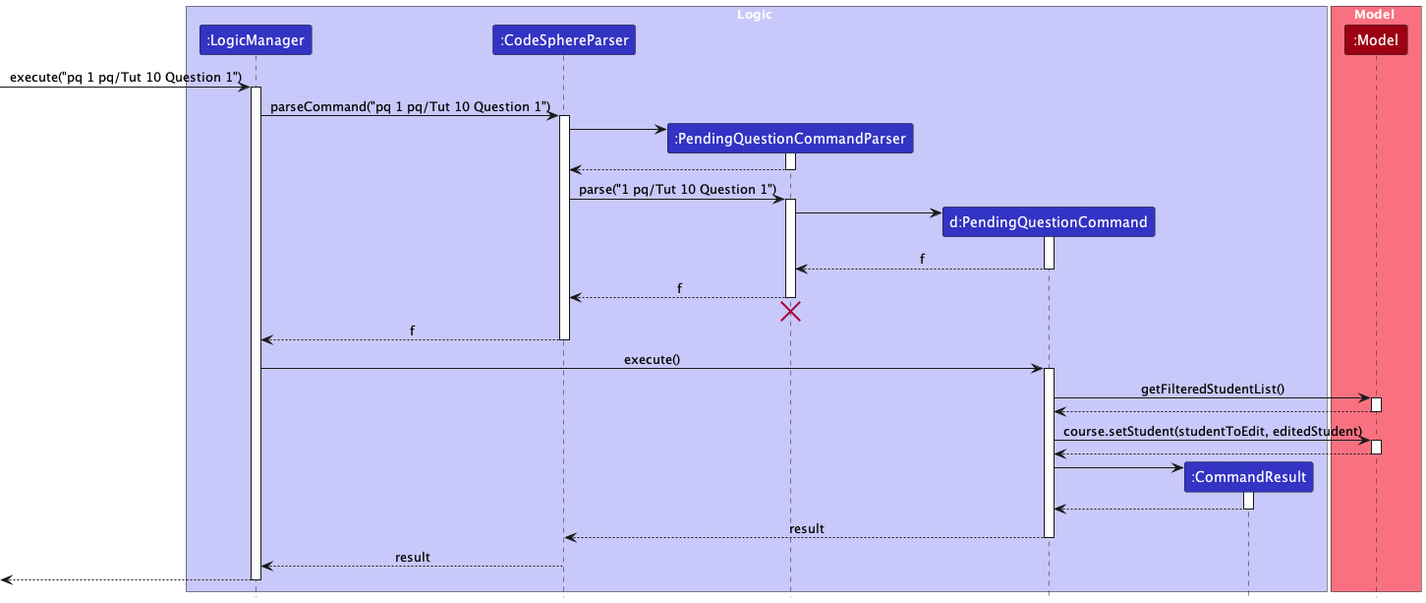
tiongjjyi/tp keeps this PlantUML diagram as docs/images/PendingQuestionSequenceDiagram.png. Above is the earlier version.
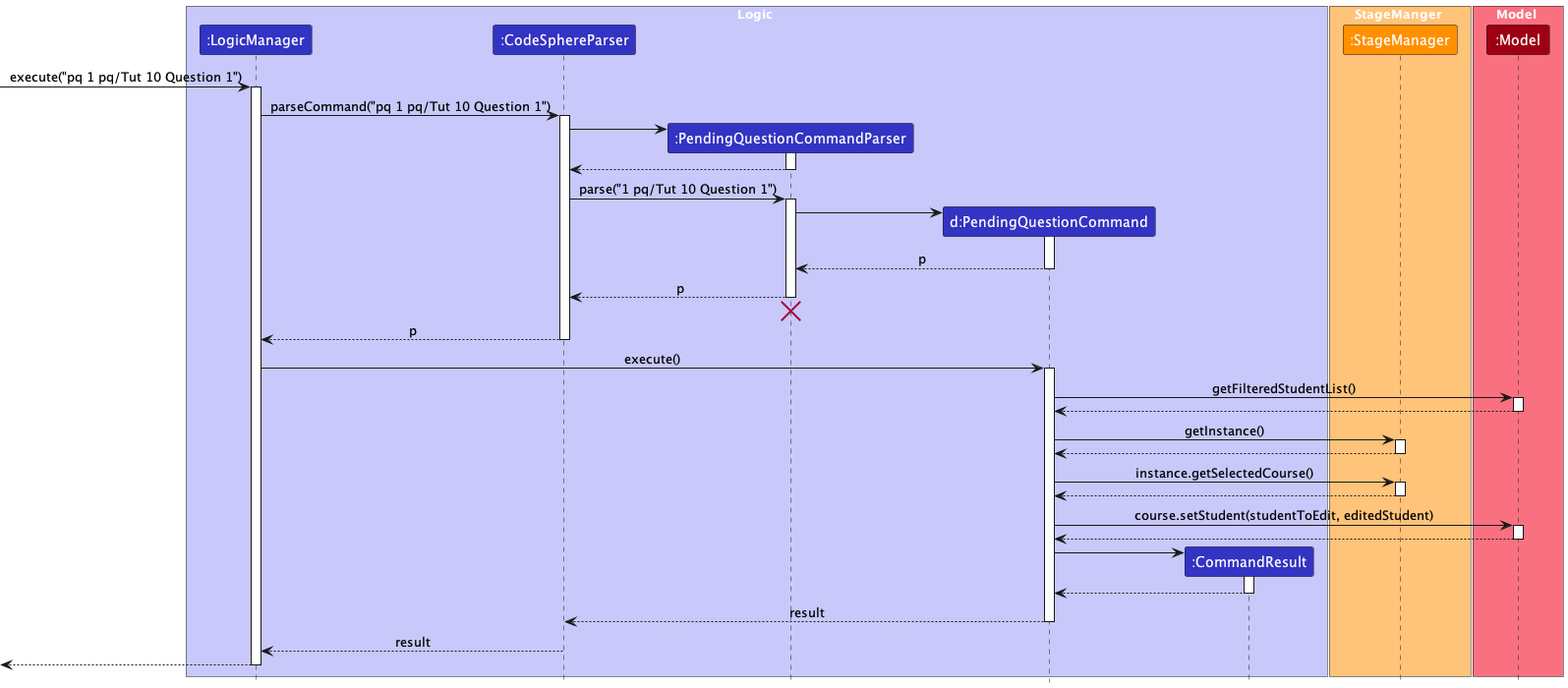
Above is the later version.

Commit message:
Edit pq sequence diagram

Change to the diagram source:
```diff
@@ -8,6 +8,10 @@
 participant ":PendingQuestionCommandParser" as PendingQuestionCommandParser LOGIC_COLOR
 participant "d:PendingQuestionCommand" as PendingQuestionCommand LOGIC_COLOR
 participant ":CommandResult" as CommandResult LOGIC_COLOR
+end box
+
+box StageManger STAGE_COLOR_T1
+participant ":StageManager" as StageManager STAGE_COLOR
 end box
 
 box Model MODEL_COLOR_T1
@@ -34,15 +38,15 @@
 PendingQuestionCommandParser -> PendingQuestionCommand
 activate PendingQuestionCommand
 
-PendingQuestionCommand --> PendingQuestionCommandParser : f
+PendingQuestionCommand --> PendingQuestionCommandParser : p
 deactivate PendingQuestionCommand
 
-PendingQuestionCommandParser --> CodeSphereParser : f
+PendingQuestionCommandParser --> CodeSphereParser : p
 deactivate PendingQuestionCommandParser
 PendingQuestionCommandParser -[hidden]-> CodeSphereParser
 destroy PendingQuestionCommandParser
 
-CodeSphereParser --> LogicManager : f
+CodeSphereParser --> LogicManager : p
 deactivate CodeSphereParser
 
 LogicManager -> PendingQuestionCommand : execute()
@@ -53,6 +57,18 @@
 
 Model --> PendingQuestionCommand
 deactivate Model
+
+PendingQuestionCommand -> StageManager : getInstance()
+activate StageManager
+
+StageManager --> PendingQuestionCommand
+deactivate StageManager
+
+PendingQuestionCommand -> StageManager : instance.getSelectedCourse()
+activate StageManager
+
+StageManager --> PendingQuestionCommand
+deactivate StageManager
 
 PendingQuestionCommand -> Model : course.setStudent(studentToEdit, editedStudent)
 activate Model
```
